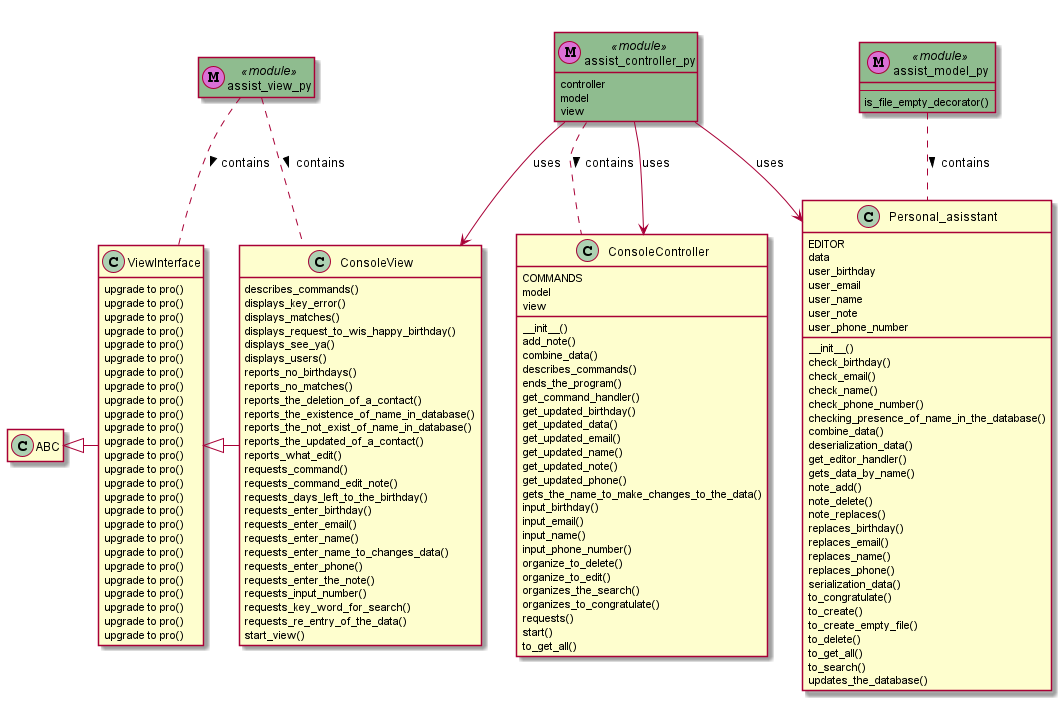
Before: diagram_after.png, a diagram exported from PlantUML (YanaAnisimova/personal-assistant).
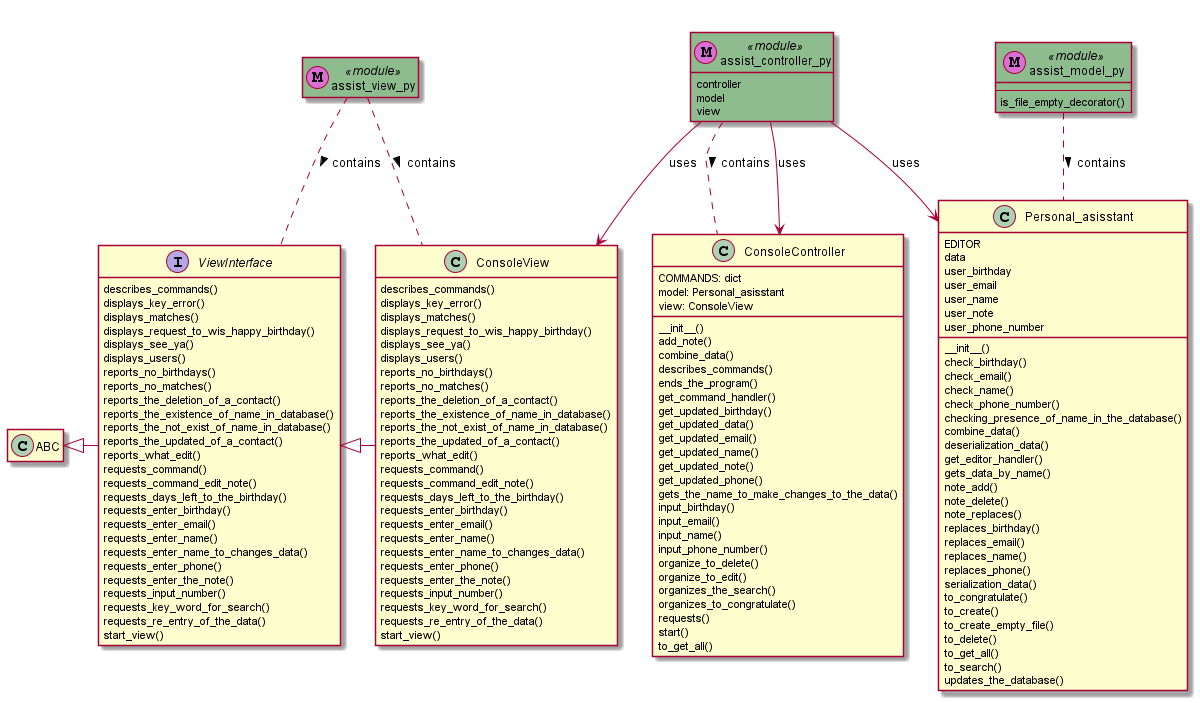
The same diagram one commit later.

Commit message:
Data separation according to Model-View-Controller (with diagrams)

The edit, as a diff of the source:
```diff
@@ -1,8 +1,8 @@
 @startuml
 class ConsoleController {
-    COMMANDS
-    model
-    view
+    COMMANDS: dict
+    model: Personal_asisstant
+    view: ConsoleView
     __init__()
     add_note()
     combine_data()
@@ -108,33 +108,33 @@
  - The number of diagrams you can save is limited in the free plan to 2
 
 endheader
-class ViewInterface {
-    upgrade to pro()
-    upgrade to pro()
-    upgrade to pro()
-    upgrade to pro()
-    upgrade to pro()
-    upgrade to pro()
-    upgrade to pro()
-    upgrade to pro()
-    upgrade to pro()
-    upgrade to pro()
-    upgrade to pro()
-    upgrade to pro()
-    upgrade to pro()
-    upgrade to pro()
-    upgrade to pro()
-    upgrade to pro()
-    upgrade to pro()
-    upgrade to pro()
-    upgrade to pro()
-    upgrade to pro()
-    upgrade to pro()
-    upgrade to pro()
-    upgrade to pro()
-    upgrade to pro()
-    upgrade to pro()
-    upgrade to pro()
+interface ViewInterface {
+    describes_commands()
+    displays_key_error()
+    displays_matches()
+    displays_request_to_wis_happy_birthday()
+    displays_see_ya()
+    displays_users()
+    reports_no_birthdays()
+    reports_no_matches()
+    reports_the_deletion_of_a_contact()
+    reports_the_existence_of_name_in_database()
+    reports_the_not_exist_of_name_in_database()
+    reports_the_updated_of_a_contact()
+    reports_what_edit()
+    requests_command()
+    requests_command_edit_note()
+    requests_days_left_to_the_birthday()
+    requests_enter_birthday()
+    requests_enter_email()
+    requests_enter_name()
+    requests_enter_name_to_changes_data()
+    requests_enter_phone()
+    requests_enter_the_note()
+    requests_input_number()
+    requests_key_word_for_search()
+    requests_re_entry_of_the_data()
+    start_view()
 }
 
 ABC <|- ViewInterface
```
